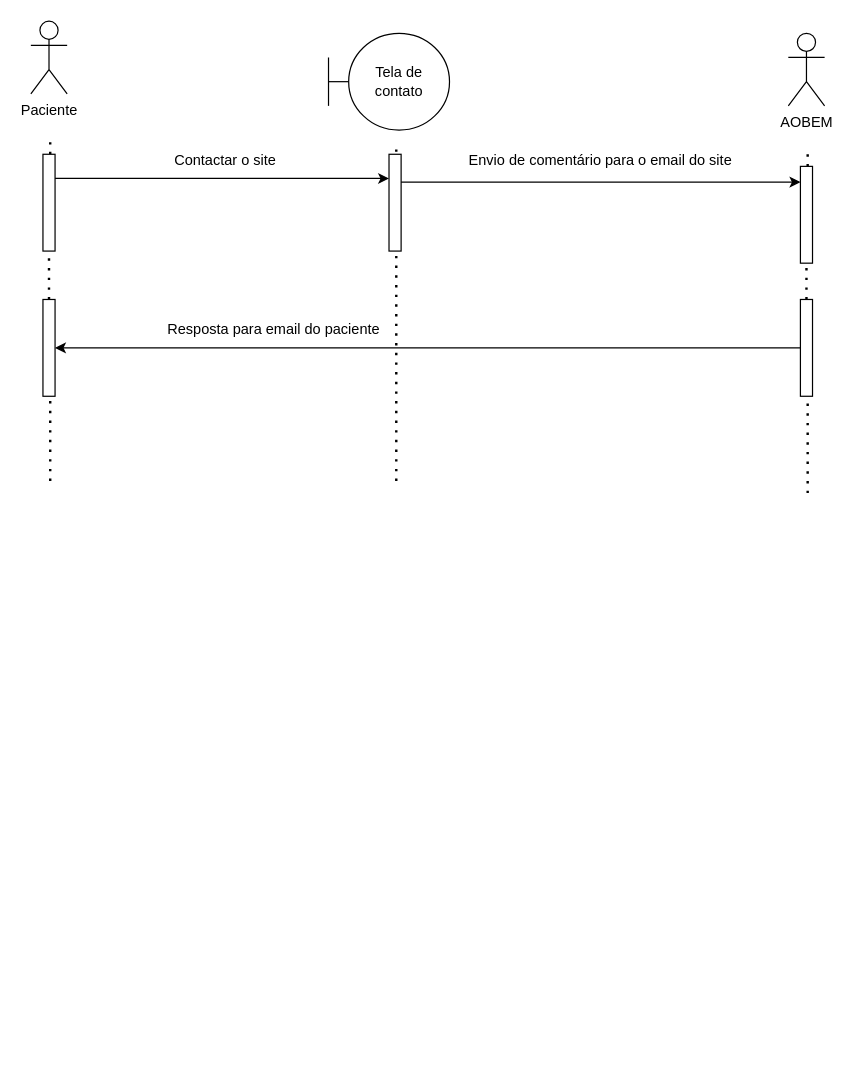
The draw.io diagram sequencias3.drawio in Patadaoikkk/uml, before the edit. Source tidied: cells renumbered, new cells numbered last; positions are measured from the earlier drawing's top-left corner, leaving out a move shared by most shapes. Both pictures are drawn from the tidied source at 121%, with x=0, y=0 at pixel (30, 21).
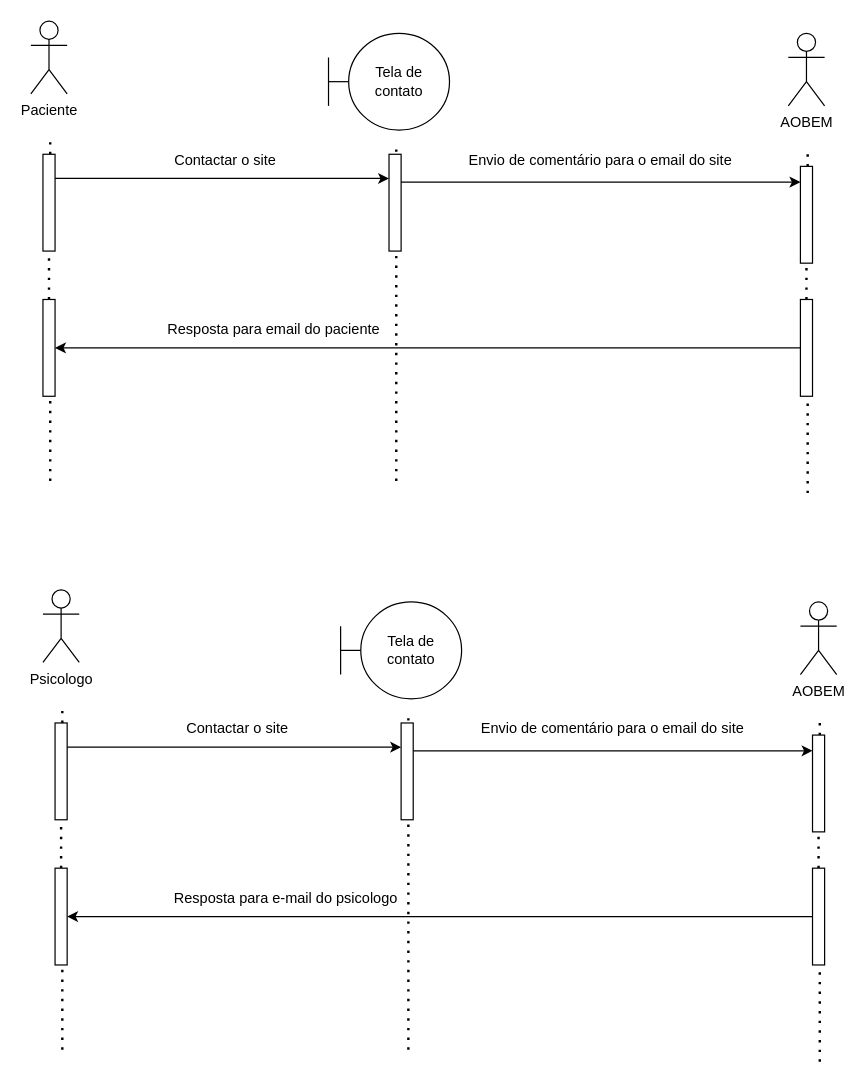
The same diagram, later.

Change to the diagram source:
```diff
@@
+    <mxCell id="23" value="Psicologo" style="shape=umlActor;verticalLabelPosition=bottom;verticalAlign=top;html=1;" parent="1" vertex="1">
+      <mxGeometry x="10" y="470" width="30" height="60" as="geometry" />
+    </mxCell>
+    <mxCell id="24" style="endArrow=none;dashed=1;html=1;dashPattern=1 3;strokeWidth=2;rounded=0;" parent="1" edge="1" source="30">
+      <mxGeometry relative="1" as="geometry">
+        <mxPoint x="26" y="570" as="targetPoint" />
+      </mxGeometry>
+    </mxCell>
+    <mxCell id="25" style="endArrow=none;dashed=1;html=1;dashPattern=1 3;strokeWidth=2;rounded=0;" parent="1" edge="1">
+      <mxGeometry relative="1" as="geometry">
+        <mxPoint x="312" y="850" as="sourcePoint" />
+        <mxPoint x="312" y="570" as="targetPoint" />
+      </mxGeometry>
+    </mxCell>
+    <mxCell id="26" value="AOBEM" style="shape=umlActor;verticalLabelPosition=bottom;verticalAlign=top;html=1;" parent="1" vertex="1">
+      <mxGeometry x="636" y="480" width="30" height="60" as="geometry" />
+    </mxCell>
+    <mxCell id="27" style="endArrow=none;dashed=1;html=1;dashPattern=1 3;strokeWidth=2;rounded=0;" parent="1" edge="1" source="33">
+      <mxGeometry relative="1" as="geometry">
+        <mxPoint x="652" y="580" as="targetPoint" />
+      </mxGeometry>
+    </mxCell>
+    <mxCell id="28" value="T&lt;span style=&quot;background-color: initial;&quot;&gt;ela de contato&lt;/span&gt;" style="shape=umlBoundary;whiteSpace=wrap;html=1;" parent="1" vertex="1">
+      <mxGeometry x="256" y="480" width="100" height="80" as="geometry" />
+    </mxCell>
+    <mxCell id="29" style="endArrow=none;dashed=1;html=1;dashPattern=1 3;strokeWidth=2;rounded=0;" parent="1" edge="1" source="41" target="30">
+      <mxGeometry relative="1" as="geometry" />
+    </mxCell>
+    <mxCell id="30" style="html=1;points=[[0,0,0,0,5],[0,1,0,0,-5],[1,0,0,0,5],[1,1,0,0,-5]];perimeter=orthogonalPerimeter;outlineConnect=0;targetShapes=umlLifeline;portConstraint=eastwest;newEdgeStyle={&quot;curved&quot;:0,&quot;rounded&quot;:0};" parent="1" vertex="1">
+      <mxGeometry x="20" y="580" width="10" height="80" as="geometry" />
+    </mxCell>
+    <mxCell id="31" style="html=1;points=[[0,0,0,0,5],[0,1,0,0,-5],[1,0,0,0,5],[1,1,0,0,-5]];perimeter=orthogonalPerimeter;outlineConnect=0;targetShapes=umlLifeline;portConstraint=eastwest;newEdgeStyle={&quot;curved&quot;:0,&quot;rounded&quot;:0};" parent="1" vertex="1">
+      <mxGeometry x="306" y="580" width="10" height="80" as="geometry" />
+    </mxCell>
+    <mxCell id="32" style="endArrow=none;dashed=1;html=1;dashPattern=1 3;strokeWidth=2;rounded=0;" parent="1" edge="1" source="39" target="33">
+      <mxGeometry relative="1" as="geometry" />
+    </mxCell>
+    <mxCell id="33" style="html=1;points=[[0,0,0,0,5],[0,1,0,0,-5],[1,0,0,0,5],[1,1,0,0,-5]];perimeter=orthogonalPerimeter;outlineConnect=0;targetShapes=umlLifeline;portConstraint=eastwest;newEdgeStyle={&quot;curved&quot;:0,&quot;rounded&quot;:0};" parent="1" vertex="1">
+      <mxGeometry x="646" y="590" width="10" height="80" as="geometry" />
+    </mxCell>
+    <mxCell id="34" style="endArrow=classic;html=1;rounded=0;" parent="1" edge="1" target="31">
+      <mxGeometry relative="1" as="geometry">
+        <mxPoint x="30" y="600" as="sourcePoint" />
+      </mxGeometry>
+    </mxCell>
+    <mxCell id="35" value="Contactar o site" style="text;html=1;align=center;verticalAlign=middle;whiteSpace=wrap;rounded=0;" parent="1" vertex="1">
+      <mxGeometry x="116" y="570" width="110" height="30" as="geometry" />
+    </mxCell>
+    <mxCell id="36" style="endArrow=classic;html=1;rounded=0;" parent="1" edge="1">
+      <mxGeometry relative="1" as="geometry">
+        <mxPoint x="316" y="603" as="sourcePoint" />
+        <mxPoint x="646" y="603" as="targetPoint" />
+      </mxGeometry>
+    </mxCell>
+    <mxCell id="37" value="Envio de comentário para o email do site" style="text;html=1;align=center;verticalAlign=middle;whiteSpace=wrap;rounded=0;" parent="1" vertex="1">
+      <mxGeometry x="356" y="570" width="250" height="30" as="geometry" />
+    </mxCell>
+    <mxCell id="38" style="endArrow=none;dashed=1;html=1;dashPattern=1 3;strokeWidth=2;rounded=0;" parent="1" edge="1" target="39">
+      <mxGeometry relative="1" as="geometry">
+        <mxPoint x="652" y="860" as="sourcePoint" />
+      </mxGeometry>
+    </mxCell>
+    <mxCell id="39" style="html=1;points=[[0,0,0,0,5],[0,1,0,0,-5],[1,0,0,0,5],[1,1,0,0,-5]];perimeter=orthogonalPerimeter;outlineConnect=0;targetShapes=umlLifeline;portConstraint=eastwest;newEdgeStyle={&quot;curved&quot;:0,&quot;rounded&quot;:0};" parent="1" vertex="1">
+      <mxGeometry x="646" y="700" width="10" height="80" as="geometry" />
+    </mxCell>
+    <mxCell id="40" style="endArrow=none;dashed=1;html=1;dashPattern=1 3;strokeWidth=2;rounded=0;" parent="1" edge="1" target="41">
+      <mxGeometry relative="1" as="geometry">
+        <mxPoint x="26" y="850" as="sourcePoint" />
+      </mxGeometry>
+    </mxCell>
+    <mxCell id="41" style="html=1;points=[[0,0,0,0,5],[0,1,0,0,-5],[1,0,0,0,5],[1,1,0,0,-5]];perimeter=orthogonalPerimeter;outlineConnect=0;targetShapes=umlLifeline;portConstraint=eastwest;newEdgeStyle={&quot;curved&quot;:0,&quot;rounded&quot;:0};" parent="1" vertex="1">
+      <mxGeometry x="20" y="700" width="10" height="80" as="geometry" />
+    </mxCell>
+    <mxCell id="42" style="endArrow=classic;html=1;rounded=0;" parent="1" edge="1" source="39" target="41">
+      <mxGeometry relative="1" as="geometry" />
+    </mxCell>
+    <mxCell id="43" value="Resposta para e-mail do psicologo" style="text;html=1;align=center;verticalAlign=middle;whiteSpace=wrap;rounded=0;" parent="1" vertex="1">
+      <mxGeometry x="76" y="710" width="270" height="30" as="geometry" />
+    </mxCell>
```
